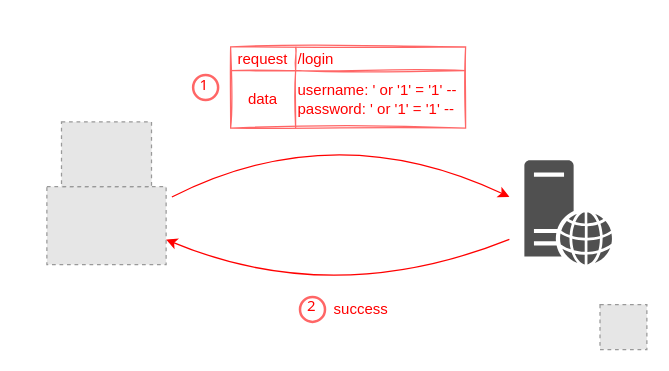
Earlier version of the draw.io diagram content/authentication-bypass.drawio (qeeqbox/authentication-bypass). Source tidied: cells renumbered, new cells numbered last; positions are measured from the earlier drawing's top-left corner, leaving out a move shared by most shapes. Both pictures are drawn from the tidied source at 125%, with x=0, y=0 at pixel (21, 21). Pictures stored in the file or linked from it are replaced by grey dashed boxes.
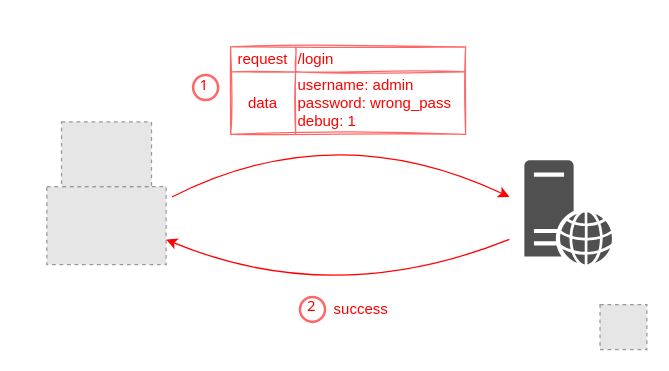
After the change.

Change to the diagram source:
```diff
@@
     <mxCell id="13" style="shape=table;html=1;whiteSpace=wrap;startSize=0;childLayout=tableLayout;align=left;rounded=0;shadow=0;sketch=1;arcSize=0;strokeColor=#FF6666;fontColor=#FF0000;" parent="1" vertex="1">
-      <mxGeometry x="167" y="20" width="188" height="65" as="geometry" />
+      <mxGeometry x="167" y="20" width="188" height="70" as="geometry" />
     </mxCell>
     <mxCell id="14" style="shape=tableRow;horizontal=0;startSize=0;swimlaneHead=0;swimlaneBody=0;top=0;left=0;bottom=0;right=0;fillColor=none;" parent="13" vertex="1">
-      <mxGeometry width="188" height="19" as="geometry" />
+      <mxGeometry width="188" height="20" as="geometry" />
     </mxCell>
     <mxCell id="15" value="request" style="shape=partialRectangle;html=1;whiteSpace=wrap;fillColor=none;top=0;left=0;bottom=0;right=0;overflow=hidden;fontColor=#FF0000;" parent="14" vertex="1">
-      <mxGeometry width="52" height="19" as="geometry" />
+      <mxGeometry width="52" height="20" as="geometry" />
     </mxCell>
     <mxCell id="16" value="&lt;span style=&quot;text-align: center&quot;&gt;&lt;font style=&quot;color: rgb(255, 0, 0);&quot;&gt;/login&lt;/font&gt;&lt;/span&gt;" style="shape=partialRectangle;html=1;whiteSpace=wrap;fillColor=none;top=0;left=0;bottom=0;right=0;overflow=hidden;align=left;" parent="14" vertex="1">
-      <mxGeometry x="52" width="136" height="19" as="geometry" />
+      <mxGeometry x="52" width="136" height="20" as="geometry" />
     </mxCell>
     <mxCell id="17" style="shape=tableRow;horizontal=0;startSize=0;swimlaneHead=0;swimlaneBody=0;top=0;left=0;bottom=0;right=0;fillColor=none;" parent="13" vertex="1">
-      <mxGeometry y="19" width="188" height="46" as="geometry" />
+      <mxGeometry y="20" width="188" height="50" as="geometry" />
     </mxCell>
     <mxCell id="18" value="data" style="shape=partialRectangle;html=1;whiteSpace=wrap;fillColor=none;top=0;left=0;bottom=0;right=0;overflow=hidden;fontColor=#FF0000;" parent="17" vertex="1">
-      <mxGeometry width="52" height="46" as="geometry" />
+      <mxGeometry width="52" height="50" as="geometry" />
     </mxCell>
-    <mxCell id="19" value="&lt;font color=&quot;#ff0000&quot;&gt;&lt;span style=&quot;color: rgb(255, 0, 0);&quot;&gt;username:&amp;nbsp;&lt;/span&gt;' or '1' = '1' --&lt;br&gt;&lt;span style=&quot;color: rgb(255, 0, 0);&quot;&gt;password&lt;/span&gt;&lt;/font&gt;&lt;span style=&quot;color: rgb(255, 0, 0); background-color: transparent;&quot;&gt;:&amp;nbsp;&lt;/span&gt;&lt;span style=&quot;color: rgb(255, 0, 0);&quot;&gt;' or '1' = '1' --&lt;/span&gt;" style="shape=partialRectangle;html=1;whiteSpace=wrap;fillColor=none;top=0;left=0;bottom=0;right=0;overflow=hidden;align=left;" parent="17" vertex="1">
-      <mxGeometry x="52" width="136" height="46" as="geometry" />
+    <mxCell id="19" value="&lt;font color=&quot;#ff0000&quot;&gt;&lt;span style=&quot;color: rgb(255, 0, 0);&quot;&gt;username: admin&lt;/span&gt;&lt;br&gt;&lt;span style=&quot;color: rgb(255, 0, 0);&quot;&gt;password&lt;/span&gt;&lt;/font&gt;&lt;span style=&quot;color: rgb(255, 0, 0); background-color: transparent;&quot;&gt;: wrong_pass&lt;/span&gt;&lt;div&gt;&lt;span style=&quot;color: rgb(255, 0, 0);&quot;&gt;debug: 1&lt;/span&gt;&lt;/div&gt;" style="shape=partialRectangle;html=1;whiteSpace=wrap;fillColor=none;top=0;left=0;bottom=0;right=0;overflow=hidden;align=left;" parent="17" vertex="1">
+      <mxGeometry x="52" width="136" height="50" as="geometry" />
     </mxCell>
```
